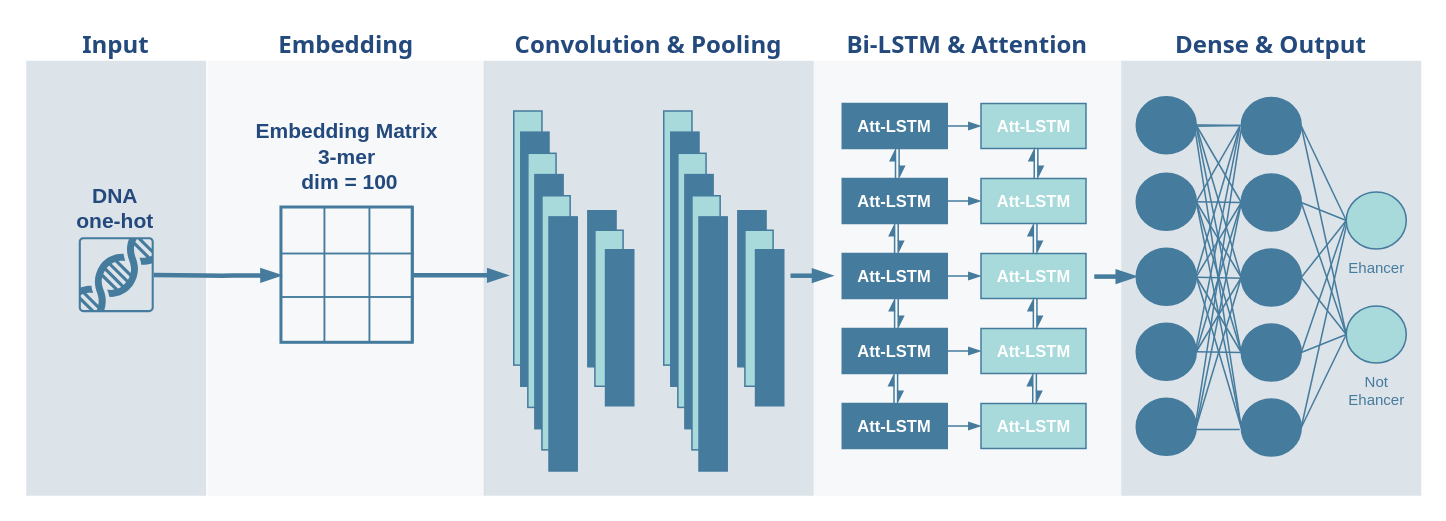
The draw.io diagram model.drawio in kaze-0/figure, before the edit. Source tidied: cells renumbered, new cells numbered last; positions are measured from the earlier drawing's top-left corner, leaving out a move shared by most shapes. Both pictures are drawn from the tidied source at 150%, with x=0, y=0 at pixel (26, 26).
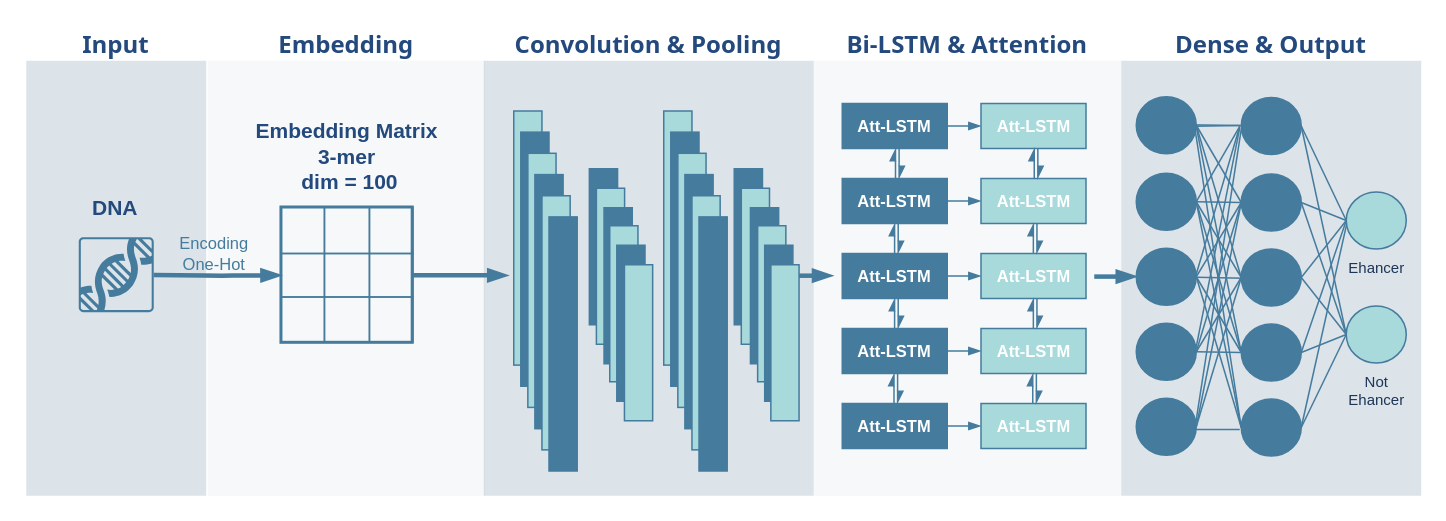
After the change.

Unchanged cells that the change refers to:
```xml
<mxCell id="2" value="&lt;font style=&quot;font-size: 16px;&quot; color=&quot;#23497d&quot;&gt;Input&lt;/font&gt;" style="swimlane;whiteSpace=wrap;fillColor=none;swimlaneFillColor=#BAC8D3;fontColor=#EEEEEE;fontFamily=Tahoma;html=1;strokeColor=none;opacity=50;labelBackgroundColor=none;" parent="1" vertex="1">
  <mxGeometry width="120" height="313" as="geometry" />
</mxCell>
<mxCell id="11" style="shape=tableRow;horizontal=0;startSize=0;swimlaneHead=0;swimlaneBody=0;top=0;left=0;bottom=0;right=0;fontStyle=0;fillColor=none;strokeColor=inherit;fontColor=#1D3557;" parent="6" vertex="1">
  <mxGeometry y="31" width="87.5" height="29" as="geometry" />
</mxCell>
<mxCell id="21" value="&lt;font style=&quot;font-size: 16px;&quot; color=&quot;#23497d&quot;&gt;Convolution &amp;amp; Pooling&lt;/font&gt;" style="swimlane;whiteSpace=wrap;fillColor=none;swimlaneFillColor=#BAC8D3;fontColor=#EEEEEE;fontFamily=Tahoma;html=1;strokeColor=none;opacity=50;labelBackgroundColor=none;" parent="1" vertex="1">
  <mxGeometry x="305" width="220" height="313" as="geometry" />
</mxCell>
<mxCell id="22" style="group;" parent="21" vertex="1">
  <mxGeometry x="20" y="56.5" width="80" height="240" as="geometry" />
</mxCell>
<mxCell id="34" style="group;" parent="21" vertex="1">
  <mxGeometry x="120" y="56.5" width="80" height="240" as="geometry" />
</mxCell>
<mxCell id="88" value="&lt;font style=&quot;font-size: 16px;&quot; color=&quot;#23497d&quot;&gt;Dense &amp;amp; Output&lt;/font&gt;" style="swimlane;whiteSpace=wrap;fillColor=none;swimlaneFillColor=#BAC8D3;fontColor=#EEEEEE;fontFamily=Tahoma;html=1;strokeColor=none;opacity=50;labelBackgroundColor=none;" parent="1" vertex="1">
  <mxGeometry x="730" width="200" height="313" as="geometry" />
</mxCell>
```

Change to the diagram source:
```diff
@@
-    <mxCell id="3" value="&lt;font color=&quot;#23497d&quot;&gt;&lt;span style=&quot;font-size: 14px;&quot;&gt;&lt;b&gt;DNA&lt;/b&gt;&lt;/span&gt;&lt;/font&gt;&lt;div&gt;&lt;font color=&quot;#23497d&quot;&gt;&lt;span style=&quot;font-size: 14px;&quot;&gt;&lt;b&gt;one-hot&lt;/b&gt;&lt;/span&gt;&lt;/font&gt;&lt;/div&gt;" style="rounded=0;whiteSpace=wrap;html=1;strokeColor=none;fontColor=#1D3557;fillColor=none;align=center;" parent="2" vertex="1">
+    <mxCell id="3" value="&lt;font color=&quot;#23497d&quot;&gt;&lt;span style=&quot;font-size: 14px;&quot;&gt;&lt;b&gt;DNA&lt;/b&gt;&lt;/span&gt;&lt;/font&gt;" style="rounded=0;whiteSpace=wrap;html=1;strokeColor=none;fontColor=#1D3557;fillColor=none;align=center;" parent="2" vertex="1">
       <mxGeometry x="10.4" y="90.8" width="99.2" height="60" as="geometry" />
     </mxCell>
@@
-    <mxCell id="20" style="edgeStyle=orthogonalEdgeStyle;rounded=1;jettySize=auto;html=1;entryX=0;entryY=0.5;entryDx=0;entryDy=0;strokeColor=#457B9D;fontColor=#1D3557;fillColor=#A8DADC;curved=0;strokeWidth=3;endArrow=blockThin;endFill=1;" parent="1" edge="1" target="11">
+    <mxCell id="20" style="edgeStyle=orthogonalEdgeStyle;rounded=1;jettySize=auto;html=1;entryX=0;entryY=0.5;entryDx=0;entryDy=0;strokeColor=#457B9D;fontColor=#1D3557;fillColor=#A8DADC;curved=0;strokeWidth=3;endArrow=blockThin;endFill=1;labelBackgroundColor=none;" parent="1" edge="1" target="11">
       <mxGeometry relative="1" as="geometry">
         <mxPoint x="85" y="165.8" as="sourcePoint" />
       </mxGeometry>
     </mxCell>
+    <mxCell id="137" value="Encoding&lt;div&gt;One-Hot&lt;/div&gt;" style="edgeLabel;html=1;align=center;verticalAlign=middle;strokeColor=#457B9D;fontFamily=Helvetica;fontSize=11;fontColor=#457B9D;labelBackgroundColor=none;fillColor=#A8DADC;" parent="20" vertex="1">
+      <mxGeometry x="-0.17" y="-1" relative="1" as="geometry">
+        <mxPoint x="5" y="-16" as="offset" />
+      </mxGeometry>
+    </mxCell>
@@
     <mxCell id="30" style="group;" parent="22" vertex="1">
-      <mxGeometry x="49.4" y="66.5" width="30.6" height="130" as="geometry" />
+      <mxGeometry x="48.4" y="38.5" width="30.6" height="130" as="geometry" />
     </mxCell>
     <mxCell id="31" style="rounded=0;whiteSpace=wrap;html=1;strokeColor=#457B9D;fontFamily=Helvetica;fontSize=11;fontColor=#1D3557;labelBackgroundColor=default;fillColor=#457B9D;" parent="30" vertex="1">
-      <mxGeometry width="18.8" height="104" as="geometry" />
+      <mxGeometry x="2" width="18.8" height="104" as="geometry" />
     </mxCell>
     <mxCell id="32" style="rounded=0;whiteSpace=wrap;html=1;strokeColor=#457B9D;fontFamily=Helvetica;fontSize=11;fontColor=#1D3557;labelBackgroundColor=default;fillColor=#A8DADC;" parent="30" vertex="1">
-      <mxGeometry x="4.7" y="13" width="18.8" height="104" as="geometry" />
+      <mxGeometry x="6.7" y="13" width="18.8" height="104" as="geometry" />
     </mxCell>
@@
-    <mxCell id="42" style="group;" parent="34" vertex="1">
-      <mxGeometry x="49.4" y="66.5" width="30.6" height="130" as="geometry" />
-    </mxCell>
-    <mxCell id="43" style="rounded=0;whiteSpace=wrap;html=1;strokeColor=#457B9D;fontFamily=Helvetica;fontSize=11;fontColor=#1D3557;labelBackgroundColor=default;fillColor=#457B9D;" parent="42" vertex="1">
-      <mxGeometry width="18.8" height="104" as="geometry" />
-    </mxCell>
-    <mxCell id="44" style="rounded=0;whiteSpace=wrap;html=1;strokeColor=#457B9D;fontFamily=Helvetica;fontSize=11;fontColor=#1D3557;labelBackgroundColor=default;fillColor=#A8DADC;" parent="42" vertex="1">
-      <mxGeometry x="4.7" y="13" width="18.8" height="104" as="geometry" />
-    </mxCell>
-    <mxCell id="45" style="rounded=0;whiteSpace=wrap;html=1;strokeColor=#457B9D;fontFamily=Helvetica;fontSize=11;fontColor=#1D3557;labelBackgroundColor=default;fillColor=#457B9D;" parent="42" vertex="1">
-      <mxGeometry x="11.8" y="26" width="18.8" height="104" as="geometry" />
-    </mxCell>
+    <mxCell id="138" style="group;" parent="21" vertex="1">
+      <mxGeometry x="84" y="143" width="30.6" height="130" as="geometry" />
+    </mxCell>
+    <mxCell id="139" style="rounded=0;whiteSpace=wrap;html=1;strokeColor=#457B9D;fontFamily=Helvetica;fontSize=11;fontColor=#A8DADC;labelBackgroundColor=default;fillColor=#A8DADC;" parent="138" vertex="1">
+      <mxGeometry y="-10" width="18.8" height="104" as="geometry" />
+    </mxCell>
+    <mxCell id="140" style="rounded=0;whiteSpace=wrap;html=1;strokeColor=#457B9D;fontFamily=Helvetica;fontSize=11;fontColor=#1D3557;labelBackgroundColor=default;fillColor=#457B9D;" parent="138" vertex="1">
+      <mxGeometry x="4.7" y="3" width="18.8" height="104" as="geometry" />
+    </mxCell>
+    <mxCell id="141" style="rounded=0;whiteSpace=wrap;html=1;strokeColor=#457B9D;fontFamily=Helvetica;fontSize=11;fontColor=#1D3557;labelBackgroundColor=default;fillColor=#A8DADC;" parent="138" vertex="1">
+      <mxGeometry x="9.8" y="16" width="18.8" height="104" as="geometry" />
+    </mxCell>
@@
-    <mxCell id="124" value="Ehancer" style="verticalLabelPosition=bottom;verticalAlign=top;html=1;shape=mxgraph.flowchart.on-page_reference;strokeColor=#457B9D;fontFamily=Helvetica;fontSize=10;fontColor=#457B9D;labelBackgroundColor=none;fillColor=#A8DADC;" parent="88" vertex="1">
+    <mxCell id="124" value="Ehancer" style="verticalLabelPosition=bottom;verticalAlign=top;html=1;shape=mxgraph.flowchart.on-page_reference;strokeColor=#457B9D;fontFamily=Helvetica;fontSize=10;fontColor=#1D3557;labelBackgroundColor=none;fillColor=#A8DADC;" parent="88" vertex="1">
       <mxGeometry x="150" y="110.5" width="40" height="38" as="geometry" />
     </mxCell>
-    <mxCell id="125" value="Not&lt;div style=&quot;font-size: 10px;&quot;&gt;Ehancer&lt;/div&gt;" style="verticalLabelPosition=bottom;verticalAlign=top;html=1;shape=mxgraph.flowchart.on-page_reference;strokeColor=#457B9D;fontFamily=Helvetica;fontSize=10;fontColor=#457B9D;labelBackgroundColor=none;fillColor=#A8DADC;" parent="88" vertex="1">
+    <mxCell id="125" value="Not&lt;div style=&quot;font-size: 10px;&quot;&gt;Ehancer&lt;/div&gt;" style="verticalLabelPosition=bottom;verticalAlign=top;html=1;shape=mxgraph.flowchart.on-page_reference;strokeColor=#457B9D;fontFamily=Helvetica;fontSize=10;fontColor=#1D3557;labelBackgroundColor=none;fillColor=#A8DADC;" parent="88" vertex="1">
       <mxGeometry x="150" y="186.5" width="40" height="38" as="geometry" />
     </mxCell>
@@
+    <mxCell id="142" style="group;" parent="1" vertex="1">
+      <mxGeometry x="471" y="95" width="30.6" height="130" as="geometry" />
+    </mxCell>
+    <mxCell id="143" style="rounded=0;whiteSpace=wrap;html=1;strokeColor=#457B9D;fontFamily=Helvetica;fontSize=11;fontColor=#1D3557;labelBackgroundColor=default;fillColor=#457B9D;" parent="142" vertex="1">
+      <mxGeometry x="1" width="18.8" height="104" as="geometry" />
+    </mxCell>
+    <mxCell id="144" style="rounded=0;whiteSpace=wrap;html=1;strokeColor=#457B9D;fontFamily=Helvetica;fontSize=11;fontColor=#1D3557;labelBackgroundColor=default;fillColor=#A8DADC;" parent="142" vertex="1">
+      <mxGeometry x="5.7" y="13" width="18.8" height="104" as="geometry" />
+    </mxCell>
+    <mxCell id="45" style="rounded=0;whiteSpace=wrap;html=1;strokeColor=#457B9D;fontFamily=Helvetica;fontSize=11;fontColor=#1D3557;labelBackgroundColor=default;fillColor=#457B9D;" parent="142" vertex="1">
+      <mxGeometry x="11.8" y="26" width="18.8" height="104" as="geometry" />
+    </mxCell>
+    <mxCell id="145" style="group;" parent="1" vertex="1">
+      <mxGeometry x="487.6" y="133" width="30.6" height="130" as="geometry" />
+    </mxCell>
+    <mxCell id="146" style="rounded=0;whiteSpace=wrap;html=1;strokeColor=#457B9D;fontFamily=Helvetica;fontSize=11;fontColor=#A8DADC;labelBackgroundColor=default;fillColor=#A8DADC;" parent="145" vertex="1">
+      <mxGeometry width="18.8" height="104" as="geometry" />
+    </mxCell>
+    <mxCell id="147" style="rounded=0;whiteSpace=wrap;html=1;strokeColor=#457B9D;fontFamily=Helvetica;fontSize=11;fontColor=#1D3557;labelBackgroundColor=default;fillColor=#457B9D;" parent="145" vertex="1">
+      <mxGeometry x="4.7" y="13" width="18.8" height="104" as="geometry" />
+    </mxCell>
+    <mxCell id="148" style="rounded=0;whiteSpace=wrap;html=1;strokeColor=#457B9D;fontFamily=Helvetica;fontSize=11;fontColor=#1D3557;labelBackgroundColor=default;fillColor=#A8DADC;" parent="145" vertex="1">
+      <mxGeometry x="8.8" y="26" width="18.8" height="104" as="geometry" />
+    </mxCell>
```
